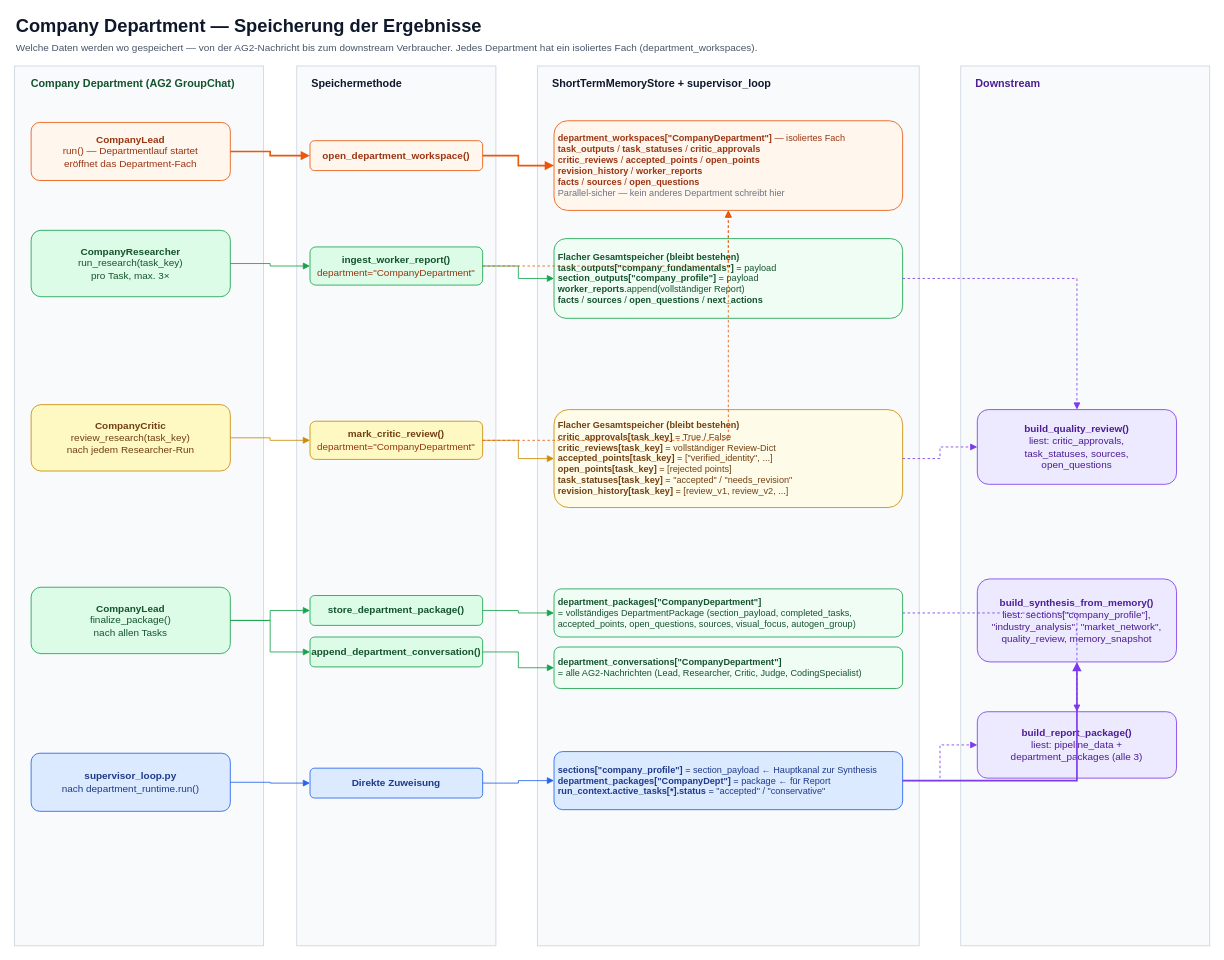
This is docs/company_department_storage.drawio from KonstantinData/multi-agent-group-chat, a draw.io file, before an edit. Source tidied: cells renumbered, new cells numbered last; positions are measured from the earlier drawing's top-left corner, leaving out a move shared by most shapes. Both pictures are drawn from the tidied source at 83%, with x=0, y=0 at pixel (14, 14).
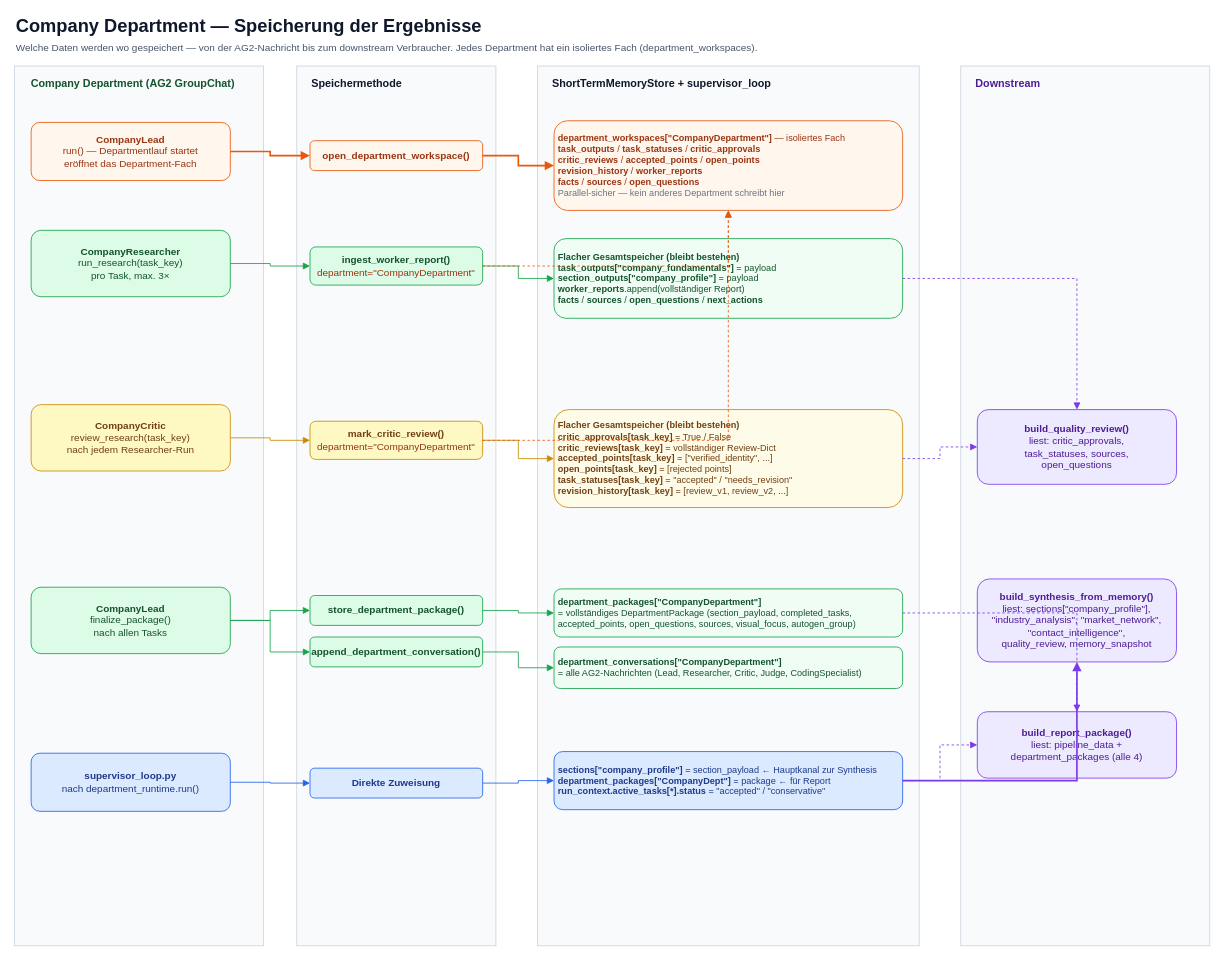
The same diagram, later.

Diff of the diagram source:
```diff
@@
-    <mxCell id="30" value="&lt;b&gt;build_synthesis_from_memory()&lt;/b&gt;&lt;br&gt;liest: sections[&quot;company_profile&quot;],&lt;br&gt;&quot;industry_analysis&quot;, &quot;market_network&quot;,&lt;br&gt;quality_review, memory_snapshot" style="rounded=1;whiteSpace=wrap;html=1;fillColor=#ede9fe;strokeColor=#7c3aed;fontSize=12;spacing=6;fontColor=#4c1d95;" parent="1" vertex="1">
+    <mxCell id="30" value="&lt;b&gt;build_synthesis_from_memory()&lt;/b&gt;&lt;br&gt;liest: sections[&quot;company_profile&quot;],&lt;br&gt;&quot;industry_analysis&quot;, &quot;market_network&quot;,&lt;br&gt;&quot;contact_intelligence&quot;,&lt;br&gt;quality_review, memory_snapshot" style="rounded=1;whiteSpace=wrap;html=1;fillColor=#ede9fe;strokeColor=#7c3aed;fontSize=12;spacing=6;fontColor=#4c1d95;" parent="1" vertex="1">
       <mxGeometry x="1160" y="680" width="240" height="100" as="geometry" />
     </mxCell>
-    <mxCell id="31" value="&lt;b&gt;build_report_package()&lt;/b&gt;&lt;br&gt;liest: pipeline_data +&lt;br&gt;department_packages (alle 3)" style="rounded=1;whiteSpace=wrap;html=1;fillColor=#ede9fe;strokeColor=#7c3aed;fontSize=12;spacing=6;fontColor=#4c1d95;" parent="1" vertex="1">
+    <mxCell id="31" value="&lt;b&gt;build_report_package()&lt;/b&gt;&lt;br&gt;liest: pipeline_data +&lt;br&gt;department_packages (alle 4)" style="rounded=1;whiteSpace=wrap;html=1;fillColor=#ede9fe;strokeColor=#7c3aed;fontSize=12;spacing=6;fontColor=#4c1d95;" parent="1" vertex="1">
       <mxGeometry x="1160" y="840" width="240" height="80" as="geometry" />
     </mxCell>
```
